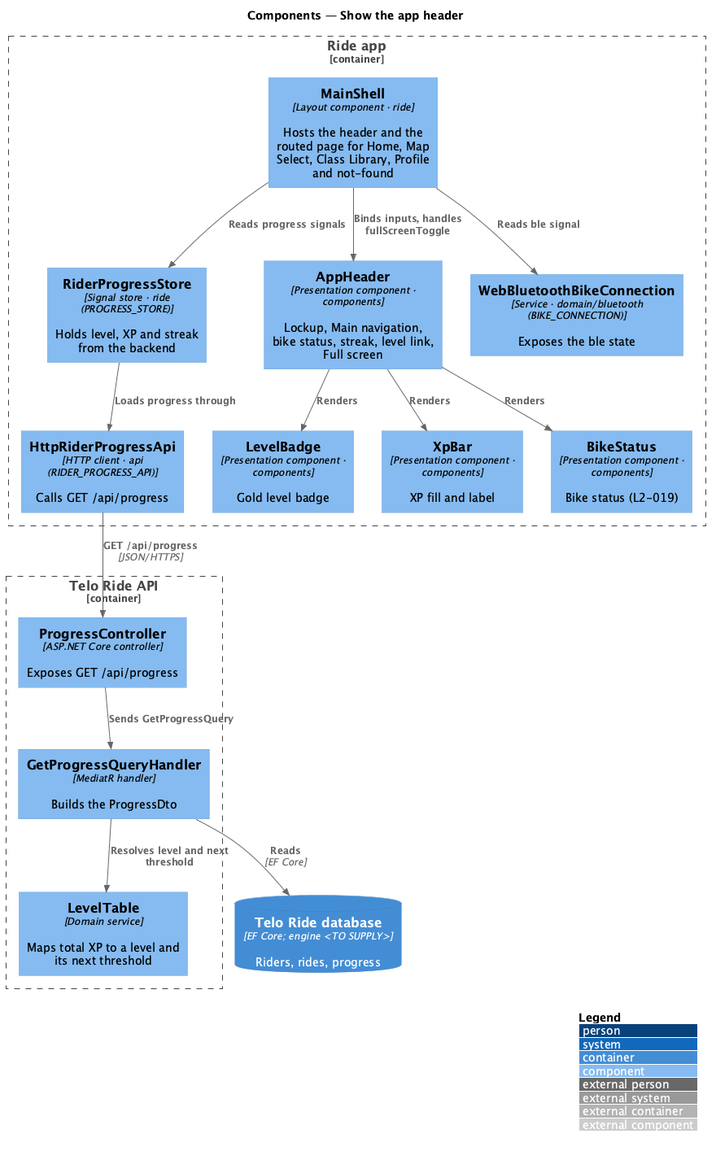
The PlantUML diagram docs/detailed-designs/home/show-the-app-header/diagrams/c4-component.png in QuinntyneBrown/ride-one, before a commit.
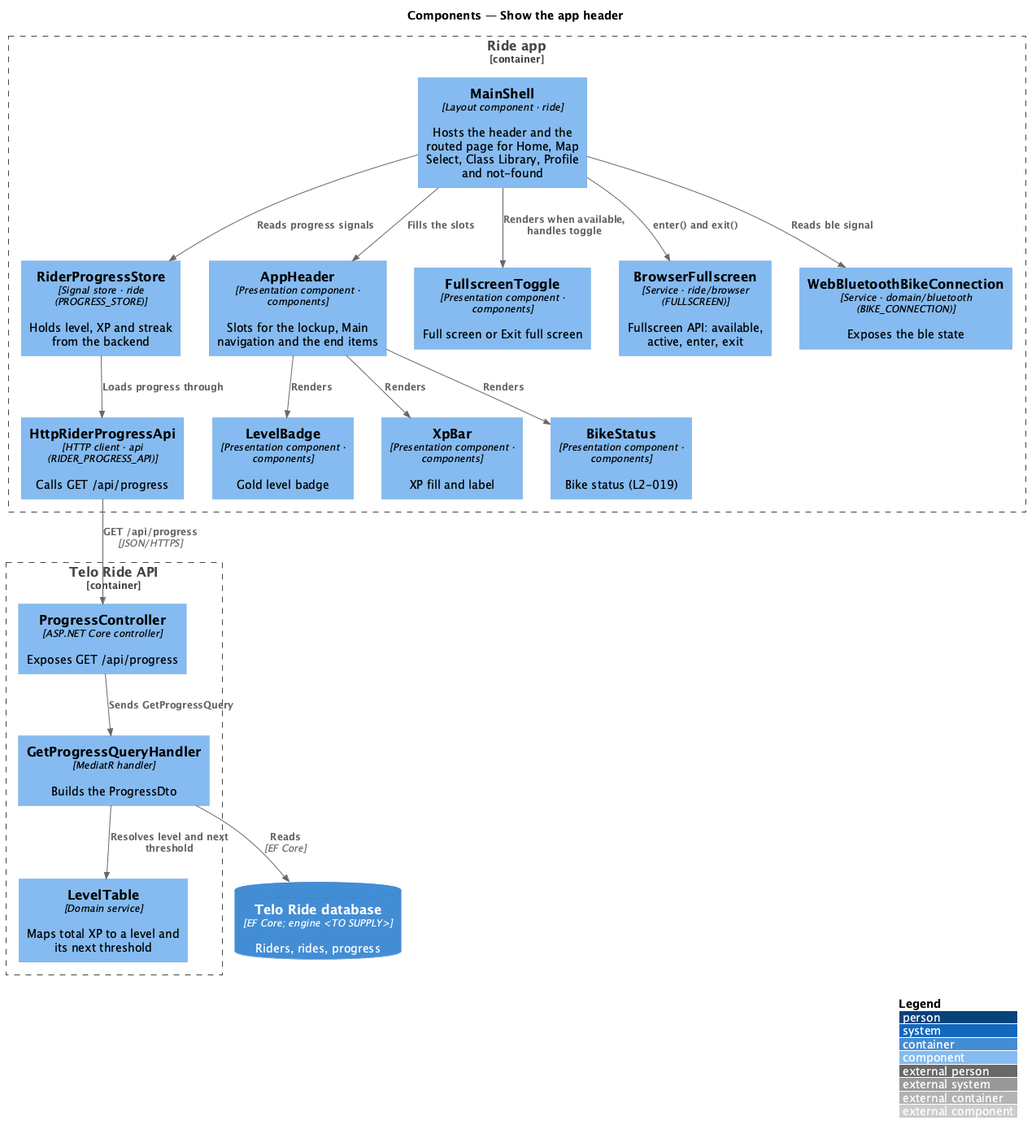
After the change.

Commit message:
Bring Full screen into the app header's design (slice 13.1)

Diff of the diagram source:
```diff
@@ -6,7 +6,9 @@
 Container_Boundary(app, "Ride app") {
   Component(shell, "MainShell", "Layout component · ride", "Hosts the header and the routed page for Home, Map Select, Class Library, Profile and not-found")
   Component(store, "RiderProgressStore", "Signal store · ride (PROGRESS_STORE)", "Holds level, XP and streak from the backend")
-  Component(apphdr, "AppHeader", "Presentation component · components", "Lockup, Main navigation, bike status, streak, level link, Full screen")
+  Component(apphdr, "AppHeader", "Presentation component · components", "Slots for the lockup, Main navigation and the end items")
+  Component(toggle, "FullscreenToggle", "Presentation component · components", "Full screen or Exit full screen")
+  Component(fs, "BrowserFullscreen", "Service · ride/browser (FULLSCREEN)", "Fullscreen API: available, active, enter, exit")
   Component(badge, "LevelBadge", "Presentation component · components", "Gold level badge")
   Component(xpbar, "XpBar", "Presentation component · components", "XP fill and label")
   Component(bikestatus, "BikeStatus", "Presentation component · components", "Bike status (L2-019)")
@@ -22,7 +24,9 @@
 
 Rel(shell, store, "Reads progress signals")
 Rel(shell, conn, "Reads ble signal")
-Rel(shell, apphdr, "Binds inputs, handles fullScreenToggle")
+Rel(shell, apphdr, "Fills the slots")
+Rel(shell, toggle, "Renders when available, handles toggle")
+Rel(shell, fs, "enter() and exit()")
 Rel(apphdr, badge, "Renders")
 Rel(apphdr, xpbar, "Renders")
 Rel(apphdr, bikestatus, "Renders")
```
